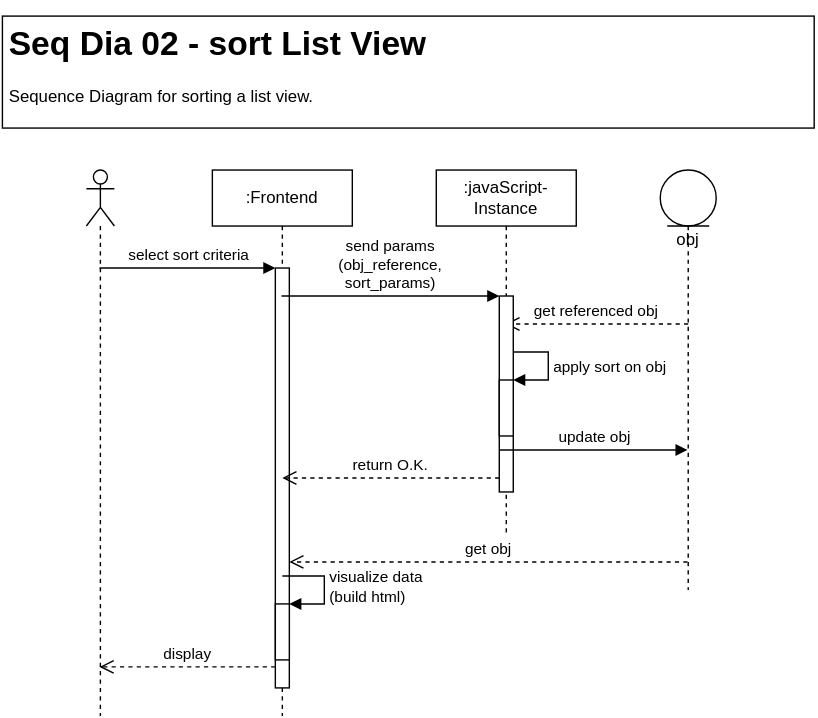
This is diagrams/export/seqDia-02-sortListView.drawio.svg from TuDU-SE/documentation, a draw.io export, as it was before one commit. Source tidied: cells renumbered, new cells last; positions are measured from the earlier drawing's top-left corner, leaving out a move shared by most shapes.
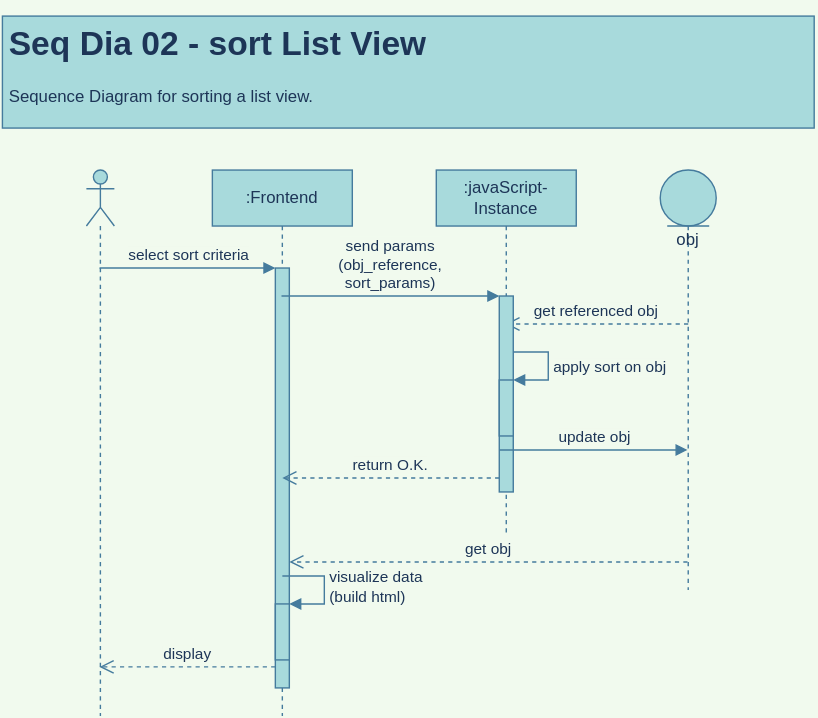
The same diagram one commit later.

What changed in the source:
```diff
@@ -1,28 +1,28 @@
-<mxGraphModel>
+<mxGraphModel background="#F1FAEE">
   <root>
     <mxCell id="0" />
     <mxCell id="1" parent="0" />
-    <mxCell id="2" value="&lt;h1&gt;Seq Dia 02 - sort List View&lt;/h1&gt;&lt;p&gt;Sequence Diagram for sorting a list view.&amp;nbsp;&lt;/p&gt;" style="text;html=1;spacing=5;spacingTop=-20;whiteSpace=wrap;overflow=hidden;rounded=0;fillColor=default;strokeColor=default;" parent="1" vertex="1">
+    <mxCell id="2" value="&lt;h1&gt;Seq Dia 02 - sort List View&lt;/h1&gt;&lt;p&gt;Sequence Diagram for sorting a list view.&amp;nbsp;&lt;/p&gt;" style="text;html=1;spacing=5;spacingTop=-20;whiteSpace=wrap;overflow=hidden;rounded=0;fillColor=#A8DADC;strokeColor=#457B9D;fontColor=#1D3557;" parent="1" vertex="1">
       <mxGeometry width="580" height="80" as="geometry" />
     </mxCell>
-    <mxCell id="3" style="shape=umlLifeline;participant=umlActor;perimeter=lifelinePerimeter;whiteSpace=wrap;html=1;verticalAlign=top;spacingTop=36;outlineConnect=0;" parent="1" vertex="1">
+    <mxCell id="3" style="shape=umlLifeline;participant=umlActor;perimeter=lifelinePerimeter;whiteSpace=wrap;html=1;verticalAlign=top;spacingTop=36;outlineConnect=0;fillColor=#A8DADC;strokeColor=#457B9D;fontColor=#1D3557;" parent="1" vertex="1">
       <mxGeometry x="60" y="110" width="20" height="390" as="geometry" />
     </mxCell>
-    <mxCell id="4" value=":Frontend" style="shape=umlLifeline;perimeter=lifelinePerimeter;whiteSpace=wrap;html=1;outlineConnect=0;" parent="1" vertex="1">
+    <mxCell id="4" value=":Frontend" style="shape=umlLifeline;perimeter=lifelinePerimeter;whiteSpace=wrap;html=1;outlineConnect=0;fillColor=#A8DADC;strokeColor=#457B9D;fontColor=#1D3557;" parent="1" vertex="1">
       <mxGeometry x="150" y="110" width="100" height="390" as="geometry" />
     </mxCell>
-    <mxCell id="5" style="html=1;points=[];perimeter=orthogonalPerimeter;" parent="4" vertex="1">
+    <mxCell id="5" style="html=1;points=[];perimeter=orthogonalPerimeter;fillColor=#A8DADC;strokeColor=#457B9D;fontColor=#1D3557;" parent="4" vertex="1">
       <mxGeometry x="45" y="70" width="10" height="300" as="geometry" />
     </mxCell>
-    <mxCell id="6" value="get obj" style="html=1;verticalAlign=bottom;endArrow=open;dashed=1;endSize=8;rounded=0;" parent="4" edge="1" source="11">
+    <mxCell id="6" value="get obj" style="html=1;verticalAlign=bottom;endArrow=open;dashed=1;endSize=8;rounded=0;labelBackgroundColor=#F1FAEE;strokeColor=#457B9D;fontColor=#1D3557;" parent="4" edge="1" source="11">
       <mxGeometry relative="1" as="geometry">
         <mxPoint x="55" y="280" as="targetPoint" />
       </mxGeometry>
     </mxCell>
-    <mxCell id="7" style="html=1;points=[];perimeter=orthogonalPerimeter;" parent="4" vertex="1">
+    <mxCell id="7" style="html=1;points=[];perimeter=orthogonalPerimeter;fillColor=#A8DADC;strokeColor=#457B9D;fontColor=#1D3557;" parent="4" vertex="1">
       <mxGeometry x="45" y="310" width="10" height="40" as="geometry" />
     </mxCell>
-    <mxCell id="8" value="visualize data&lt;br&gt;(build html)" style="edgeStyle=orthogonalEdgeStyle;html=1;align=left;spacingLeft=2;endArrow=block;rounded=0;entryX=1;entryY=0;" parent="4" edge="1" target="7">
+    <mxCell id="8" value="visualize data&lt;br&gt;(build html)" style="edgeStyle=orthogonalEdgeStyle;html=1;align=left;spacingLeft=2;endArrow=block;rounded=0;entryX=1;entryY=0;labelBackgroundColor=#F1FAEE;strokeColor=#457B9D;fontColor=#1D3557;" parent="4" edge="1" target="7">
       <mxGeometry relative="1" as="geometry">
         <mxPoint x="50" y="290" as="sourcePoint" />
         <Array as="points">
@@ -30,30 +30,30 @@
         </Array>
       </mxGeometry>
     </mxCell>
-    <mxCell id="9" value="select sort criteria" style="html=1;verticalAlign=bottom;endArrow=block;entryX=0;entryY=0;rounded=0;" parent="1" edge="1" source="3" target="5">
+    <mxCell id="9" value="select sort criteria" style="html=1;verticalAlign=bottom;endArrow=block;entryX=0;entryY=0;rounded=0;labelBackgroundColor=#F1FAEE;strokeColor=#457B9D;fontColor=#1D3557;" parent="1" edge="1" source="3" target="5">
       <mxGeometry relative="1" as="geometry" />
     </mxCell>
-    <mxCell id="10" value="display" style="html=1;verticalAlign=bottom;endArrow=open;dashed=1;endSize=8;exitX=0;exitY=0.95;rounded=0;" parent="1" edge="1" source="5" target="3">
+    <mxCell id="10" value="display" style="html=1;verticalAlign=bottom;endArrow=open;dashed=1;endSize=8;exitX=0;exitY=0.95;rounded=0;labelBackgroundColor=#F1FAEE;strokeColor=#457B9D;fontColor=#1D3557;" parent="1" edge="1" source="5" target="3">
       <mxGeometry relative="1" as="geometry" />
     </mxCell>
-    <mxCell id="11" value="obj" style="shape=umlLifeline;participant=umlEntity;perimeter=lifelinePerimeter;whiteSpace=wrap;html=1;verticalAlign=top;spacingTop=36;outlineConnect=0;" parent="1" vertex="1">
+    <mxCell id="11" value="obj" style="shape=umlLifeline;participant=umlEntity;perimeter=lifelinePerimeter;whiteSpace=wrap;html=1;verticalAlign=top;spacingTop=36;outlineConnect=0;fillColor=#A8DADC;strokeColor=#457B9D;fontColor=#1D3557;" parent="1" vertex="1">
       <mxGeometry x="470" y="110" width="40" height="300" as="geometry" />
     </mxCell>
-    <mxCell id="12" value="get referenced obj" style="html=1;verticalAlign=bottom;endArrow=open;dashed=1;endSize=8;rounded=0;" parent="11" edge="1" target="13">
+    <mxCell id="12" value="get referenced obj" style="html=1;verticalAlign=bottom;endArrow=open;dashed=1;endSize=8;rounded=0;labelBackgroundColor=#F1FAEE;strokeColor=#457B9D;fontColor=#1D3557;" parent="11" edge="1" target="13">
       <mxGeometry relative="1" as="geometry">
         <mxPoint x="20" y="110" as="sourcePoint" />
       </mxGeometry>
     </mxCell>
-    <mxCell id="13" value=":javaScript-Instance" style="shape=umlLifeline;perimeter=lifelinePerimeter;whiteSpace=wrap;html=1;outlineConnect=0;" parent="1" vertex="1">
+    <mxCell id="13" value=":javaScript-Instance" style="shape=umlLifeline;perimeter=lifelinePerimeter;whiteSpace=wrap;html=1;outlineConnect=0;fillColor=#A8DADC;strokeColor=#457B9D;fontColor=#1D3557;" parent="1" vertex="1">
       <mxGeometry x="310" y="110" width="100" height="260" as="geometry" />
     </mxCell>
-    <mxCell id="14" style="html=1;points=[];perimeter=orthogonalPerimeter;" parent="13" vertex="1">
+    <mxCell id="14" style="html=1;points=[];perimeter=orthogonalPerimeter;fillColor=#A8DADC;strokeColor=#457B9D;fontColor=#1D3557;" parent="13" vertex="1">
       <mxGeometry x="45" y="90" width="10" height="140" as="geometry" />
     </mxCell>
-    <mxCell id="15" style="html=1;points=[];perimeter=orthogonalPerimeter;" parent="13" vertex="1">
+    <mxCell id="15" style="html=1;points=[];perimeter=orthogonalPerimeter;fillColor=#A8DADC;strokeColor=#457B9D;fontColor=#1D3557;" parent="13" vertex="1">
       <mxGeometry x="45" y="150" width="10" height="40" as="geometry" />
     </mxCell>
-    <mxCell id="16" value="apply sort on obj" style="edgeStyle=orthogonalEdgeStyle;html=1;align=left;spacingLeft=2;endArrow=block;rounded=0;entryX=1;entryY=0;" parent="13" edge="1" target="15">
+    <mxCell id="16" value="apply sort on obj" style="edgeStyle=orthogonalEdgeStyle;html=1;align=left;spacingLeft=2;endArrow=block;rounded=0;entryX=1;entryY=0;labelBackgroundColor=#F1FAEE;strokeColor=#457B9D;fontColor=#1D3557;" parent="13" edge="1" target="15">
       <mxGeometry relative="1" as="geometry">
         <mxPoint x="55" y="130" as="sourcePoint" />
         <Array as="points">
@@ -61,18 +61,18 @@
         </Array>
       </mxGeometry>
     </mxCell>
-    <mxCell id="17" value="update obj" style="html=1;verticalAlign=bottom;endArrow=block;rounded=0;" parent="13" edge="1" target="11">
+    <mxCell id="17" value="update obj" style="html=1;verticalAlign=bottom;endArrow=block;rounded=0;labelBackgroundColor=#F1FAEE;strokeColor=#457B9D;fontColor=#1D3557;" parent="13" edge="1" target="11">
       <mxGeometry relative="1" as="geometry">
         <mxPoint x="45" y="200" as="sourcePoint" />
       </mxGeometry>
     </mxCell>
-    <mxCell id="18" value="return O.K." style="html=1;verticalAlign=bottom;endArrow=open;dashed=1;endSize=8;rounded=0;" parent="13" edge="1">
+    <mxCell id="18" value="return O.K." style="html=1;verticalAlign=bottom;endArrow=open;dashed=1;endSize=8;rounded=0;labelBackgroundColor=#F1FAEE;strokeColor=#457B9D;fontColor=#1D3557;" parent="13" edge="1">
       <mxGeometry relative="1" as="geometry">
         <mxPoint x="45" y="220" as="sourcePoint" />
         <mxPoint x="-110" y="220" as="targetPoint" />
       </mxGeometry>
     </mxCell>
-    <mxCell id="19" value="send params&lt;br&gt;(obj_reference, &lt;br&gt;sort_params)" style="html=1;verticalAlign=bottom;endArrow=block;entryX=0;entryY=0;rounded=0;" parent="1" edge="1" source="4" target="14">
+    <mxCell id="19" value="send params&lt;br&gt;(obj_reference, &lt;br&gt;sort_params)" style="html=1;verticalAlign=bottom;endArrow=block;entryX=0;entryY=0;rounded=0;labelBackgroundColor=#F1FAEE;strokeColor=#457B9D;fontColor=#1D3557;" parent="1" edge="1" source="4" target="14">
       <mxGeometry relative="1" as="geometry" />
     </mxCell>
   </root>
```
